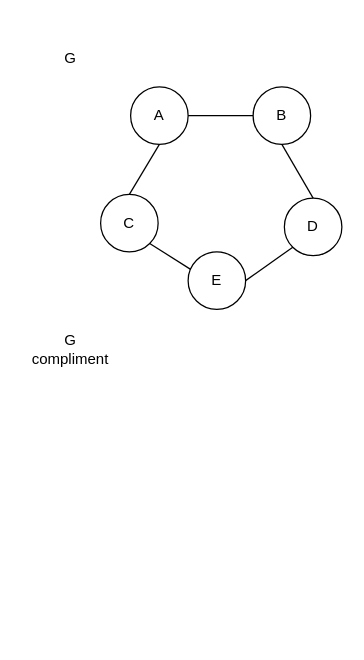
The draw.io diagram A3.drawio in critschris/COMP-339, before the edit. Source tidied: cells renumbered, new cells numbered last; positions are measured from the earlier drawing's top-left corner, leaving out a move shared by most shapes. Both pictures are drawn from the tidied source at 125%, with x=0, y=0 at pixel (32, 39).
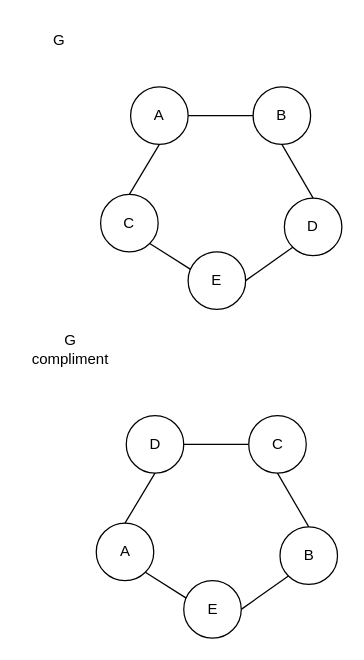
The same page after the edit.

Diff of the diagram source:
```diff
@@
     <mxCell id="7" value="G" style="text;html=1;whiteSpace=wrap;strokeColor=none;fillColor=none;align=center;verticalAlign=middle;rounded=0;" parent="1" vertex="1">
-      <mxGeometry width="60" height="30" as="geometry" />
+      <mxGeometry x="-9.5" y="-14" width="60" height="30" as="geometry" />
     </mxCell>
@@
+    <mxCell id="14" value="D" style="ellipse;whiteSpace=wrap;html=1;" parent="1" vertex="1">
+      <mxGeometry x="74.5" y="301" width="46" height="46" as="geometry" />
+    </mxCell>
+    <mxCell id="15" style="endArrow=none;html=1;rounded=0;fontSize=12;startSize=8;endSize=8;curved=1;exitX=1;exitY=0.5;exitDx=0;exitDy=0;entryX=0;entryY=0.5;entryDx=0;entryDy=0;" parent="1" edge="1" source="14" target="16">
+      <mxGeometry relative="1" as="geometry" />
+    </mxCell>
+    <mxCell id="16" value="C" style="ellipse;whiteSpace=wrap;html=1;" parent="1" vertex="1">
+      <mxGeometry x="172.5" y="301" width="46" height="46" as="geometry" />
+    </mxCell>
+    <mxCell id="17" value="A" style="ellipse;whiteSpace=wrap;html=1;" parent="1" vertex="1">
+      <mxGeometry x="50.5" y="387" width="46" height="46" as="geometry" />
+    </mxCell>
+    <mxCell id="18" style="endArrow=none;html=1;rounded=0;fontSize=12;startSize=8;endSize=8;curved=1;exitX=0.5;exitY=0;exitDx=0;exitDy=0;entryX=0.5;entryY=1;entryDx=0;entryDy=0;" parent="1" edge="1" source="17" target="14">
+      <mxGeometry relative="1" as="geometry" />
+    </mxCell>
+    <mxCell id="19" value="B" style="ellipse;whiteSpace=wrap;html=1;" parent="1" vertex="1">
+      <mxGeometry x="197.5" y="390" width="46" height="46" as="geometry" />
+    </mxCell>
+    <mxCell id="20" style="endArrow=none;html=1;rounded=0;fontSize=12;startSize=8;endSize=8;curved=1;exitX=0.5;exitY=0;exitDx=0;exitDy=0;entryX=0.5;entryY=1;entryDx=0;entryDy=0;" parent="1" edge="1" source="19" target="16">
+      <mxGeometry relative="1" as="geometry" />
+    </mxCell>
+    <mxCell id="21" value="E" style="ellipse;whiteSpace=wrap;html=1;" parent="1" vertex="1">
+      <mxGeometry x="120.5" y="433" width="46" height="46" as="geometry" />
+    </mxCell>
+    <mxCell id="22" style="endArrow=none;html=1;rounded=0;fontSize=12;startSize=8;endSize=8;curved=1;exitX=1;exitY=1;exitDx=0;exitDy=0;entryX=0.043;entryY=0.304;entryDx=0;entryDy=0;entryPerimeter=0;" parent="1" edge="1" source="17" target="21">
+      <mxGeometry relative="1" as="geometry" />
+    </mxCell>
+    <mxCell id="23" style="endArrow=none;html=1;rounded=0;fontSize=12;startSize=8;endSize=8;curved=1;exitX=1;exitY=0.5;exitDx=0;exitDy=0;entryX=0;entryY=1;entryDx=0;entryDy=0;" parent="1" edge="1" source="21" target="19">
+      <mxGeometry relative="1" as="geometry" />
+    </mxCell>
```
